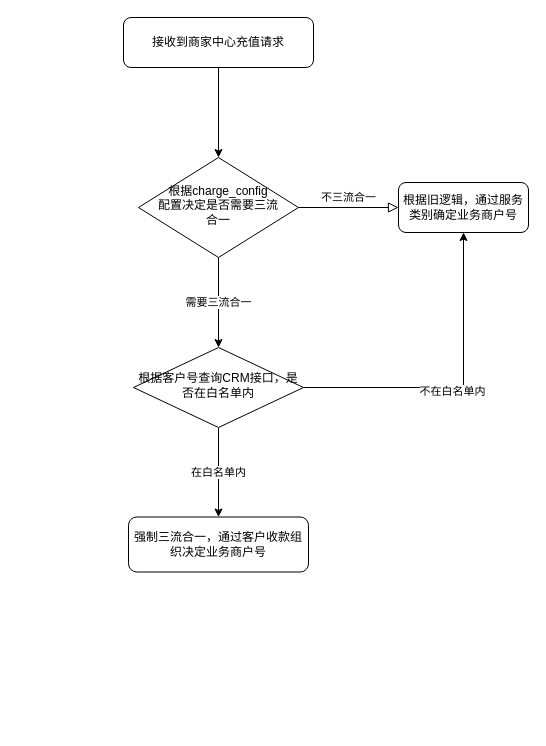
Earlier version of the draw.io diagram 在线充值白名单功能.drawio (juanjuan-dev/diagrams). Source tidied: cells renumbered, new cells numbered last; positions are measured from the earlier drawing's top-left corner, leaving out a move shared by most shapes. Both pictures are drawn from the tidied source at 100%, with x=0, y=0 at pixel (123, 17).
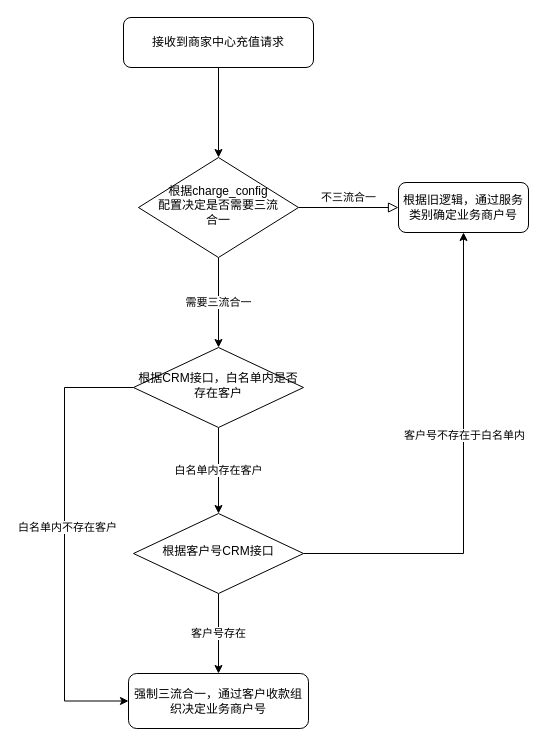
The same diagram, later.

Commit message:
更新在线充值白名单功能.drawio

The edit, as a diff of the source:
```diff
@@
 <mxGraphModel>
   <root>
     <mxCell id="0" />
     <mxCell id="1" parent="0" />
     <mxCell id="2" style="edgeStyle=orthogonalEdgeStyle;rounded=0;jettySize=auto;html=1;" parent="1" edge="1" source="3" target="6">
       <mxGeometry relative="1" as="geometry" />
     </mxCell>
     <mxCell id="3" value="接收到商家中心充值请求" style="rounded=1;whiteSpace=wrap;html=1;fontSize=12;glass=0;strokeWidth=1;shadow=0;" parent="1" vertex="1">
       <mxGeometry width="190" height="50" as="geometry" />
     </mxCell>
     <mxCell id="4" value="不三流合一" style="edgeStyle=orthogonalEdgeStyle;rounded=0;html=1;jettySize=auto;fontSize=11;endArrow=block;endFill=0;endSize=8;strokeWidth=1;shadow=0;labelBackgroundColor=none;" parent="1" edge="1" source="6" target="7">
       <mxGeometry y="10" relative="1" as="geometry" />
     </mxCell>
     <mxCell id="5" value="需要三流合一" style="edgeStyle=orthogonalEdgeStyle;rounded=0;jettySize=auto;html=1;" parent="1" edge="1" source="6" target="11">
       <mxGeometry relative="1" as="geometry" />
     </mxCell>
     <mxCell id="6" value="根据charge_config&lt;br&gt;配置决定是否需要三流&lt;br&gt;合一" style="rhombus;whiteSpace=wrap;html=1;shadow=0;fontFamily=Helvetica;fontSize=12;align=center;strokeWidth=1;spacing=6;spacingTop=-4;" parent="1" vertex="1">
       <mxGeometry x="15" y="140" width="160" height="100" as="geometry" />
     </mxCell>
     <mxCell id="7" value="根据旧逻辑，通过服务类别确定业务商户号" style="rounded=1;whiteSpace=wrap;html=1;fontSize=12;glass=0;strokeWidth=1;shadow=0;" parent="1" vertex="1">
       <mxGeometry x="275" y="165" width="130" height="50" as="geometry" />
     </mxCell>
-    <mxCell id="8" value="在白名单内" style="edgeStyle=orthogonalEdgeStyle;rounded=0;jettySize=auto;html=1;" parent="1" edge="1" source="11" target="12">
+    <mxCell id="8" value="白名单内存在客户" style="edgeStyle=orthogonalEdgeStyle;rounded=0;jettySize=auto;html=1;" parent="1" edge="1" source="11" target="18">
       <mxGeometry relative="1" as="geometry" />
     </mxCell>
-    <mxCell id="9" style="edgeStyle=orthogonalEdgeStyle;rounded=0;jettySize=auto;html=1;entryX=0.5;entryY=1;entryDx=0;entryDy=0;" parent="1" edge="1" source="11" target="7">
-      <mxGeometry relative="1" as="geometry" />
-    </mxCell>
-    <mxCell id="10" value="不在白名单内" style="edgeLabel;html=1;align=center;verticalAlign=middle;" parent="9" vertex="1">
-      <mxGeometry x="-0.06" y="-3" relative="1" as="geometry" />
-    </mxCell>
+    <mxCell id="13" style="edgeStyle=orthogonalEdgeStyle;rounded=0;jettySize=auto;html=1;entryX=0;entryY=0.5;entryDx=0;entryDy=0;" parent="1" edge="1" source="11" target="12">
+      <mxGeometry relative="1" as="geometry">
+        <Array as="points">
+          <mxPoint x="-59" y="370" />
+          <mxPoint x="-59" y="684" />
+        </Array>
+      </mxGeometry>
+    </mxCell>
+    <mxCell id="14" value="白名单内不存在客户" style="edgeLabel;html=1;align=center;verticalAlign=middle;" parent="13" vertex="1">
+      <mxGeometry x="-0.07" y="2" relative="1" as="geometry" />
+    </mxCell>
-    <mxCell id="11" value="根据客户号查询CRM接口，是否在白名单内" style="rhombus;whiteSpace=wrap;html=1;shadow=0;fontFamily=Helvetica;fontSize=12;align=center;strokeWidth=1;spacing=6;spacingTop=-4;" parent="1" vertex="1">
+    <mxCell id="11" value="根据CRM接口，白名单内是否存在客户" style="rhombus;whiteSpace=wrap;html=1;shadow=0;fontFamily=Helvetica;fontSize=12;align=center;strokeWidth=1;spacing=6;spacingTop=-4;" parent="1" vertex="1">
       <mxGeometry x="10" y="330" width="170" height="80" as="geometry" />
     </mxCell>
     <mxCell id="12" value="强制三流合一，通过客户收款组织决定业务商户号" style="rounded=1;whiteSpace=wrap;html=1;fontSize=12;glass=0;strokeWidth=1;shadow=0;" parent="1" vertex="1">
-      <mxGeometry x="5" y="499.5" width="180" height="55" as="geometry" />
+      <mxGeometry x="5" y="656" width="180" height="55" as="geometry" />
     </mxCell>
+    <mxCell id="15" value="客户号存在" style="edgeStyle=orthogonalEdgeStyle;rounded=0;jettySize=auto;html=1;" parent="1" edge="1" source="18" target="12">
+      <mxGeometry relative="1" as="geometry" />
+    </mxCell>
+    <mxCell id="16" style="edgeStyle=orthogonalEdgeStyle;rounded=0;jettySize=auto;html=1;" parent="1" edge="1" source="18" target="7">
+      <mxGeometry relative="1" as="geometry" />
+    </mxCell>
+    <mxCell id="17" value="客户号不存在于白名单内" style="edgeLabel;html=1;align=center;verticalAlign=middle;" parent="16" vertex="1">
+      <mxGeometry x="0.16" relative="1" as="geometry" />
+    </mxCell>
+    <mxCell id="18" value="根据客户号CRM接口" style="rhombus;whiteSpace=wrap;html=1;shadow=0;fontFamily=Helvetica;fontSize=12;align=center;strokeWidth=1;spacing=6;spacingTop=-4;" parent="1" vertex="1">
+      <mxGeometry x="10" y="496" width="170" height="80" as="geometry" />
+    </mxCell>
   </root>
 </mxGraphModel>
```
